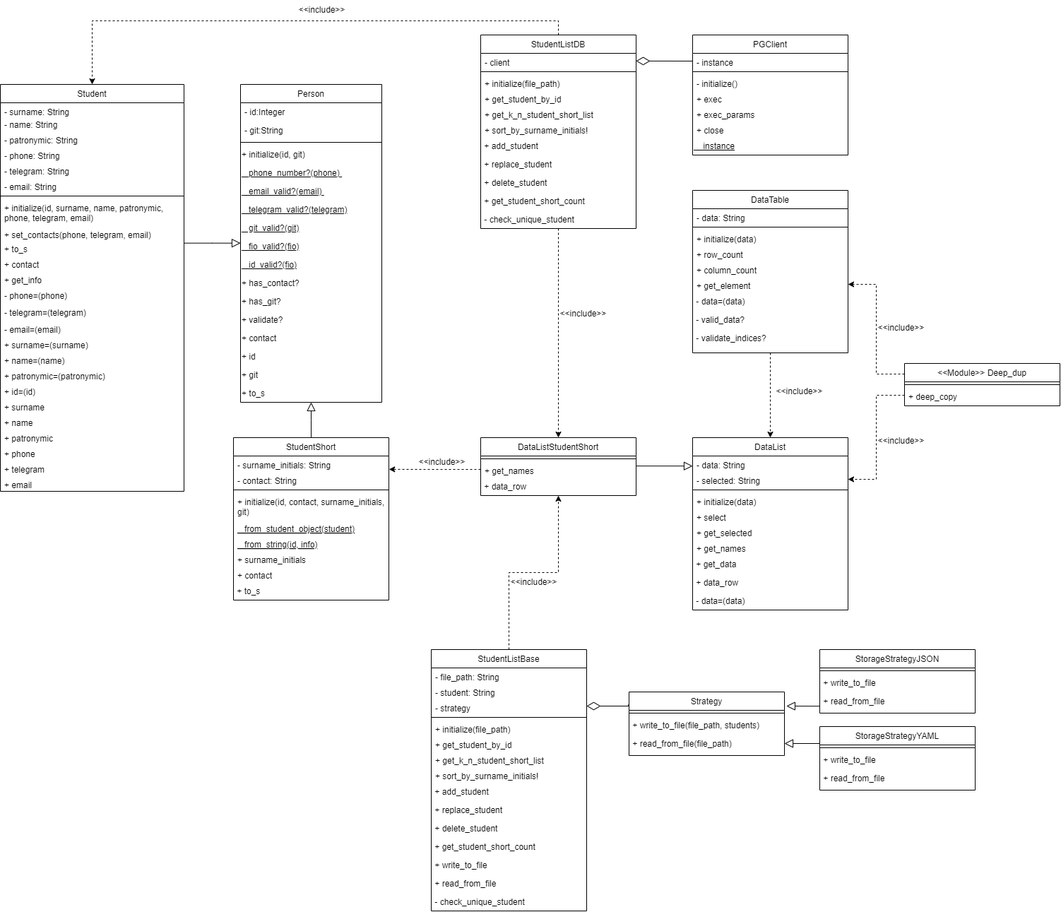
Above: student/resources/diagram/class_diagram.drawio.png in MoiBeTeroK/design_patterns (draw.io), before the change. Source tidied: cells renumbered, new cells last; positions are measured from the earlier drawing's top-left corner, leaving out a move shared by most shapes.
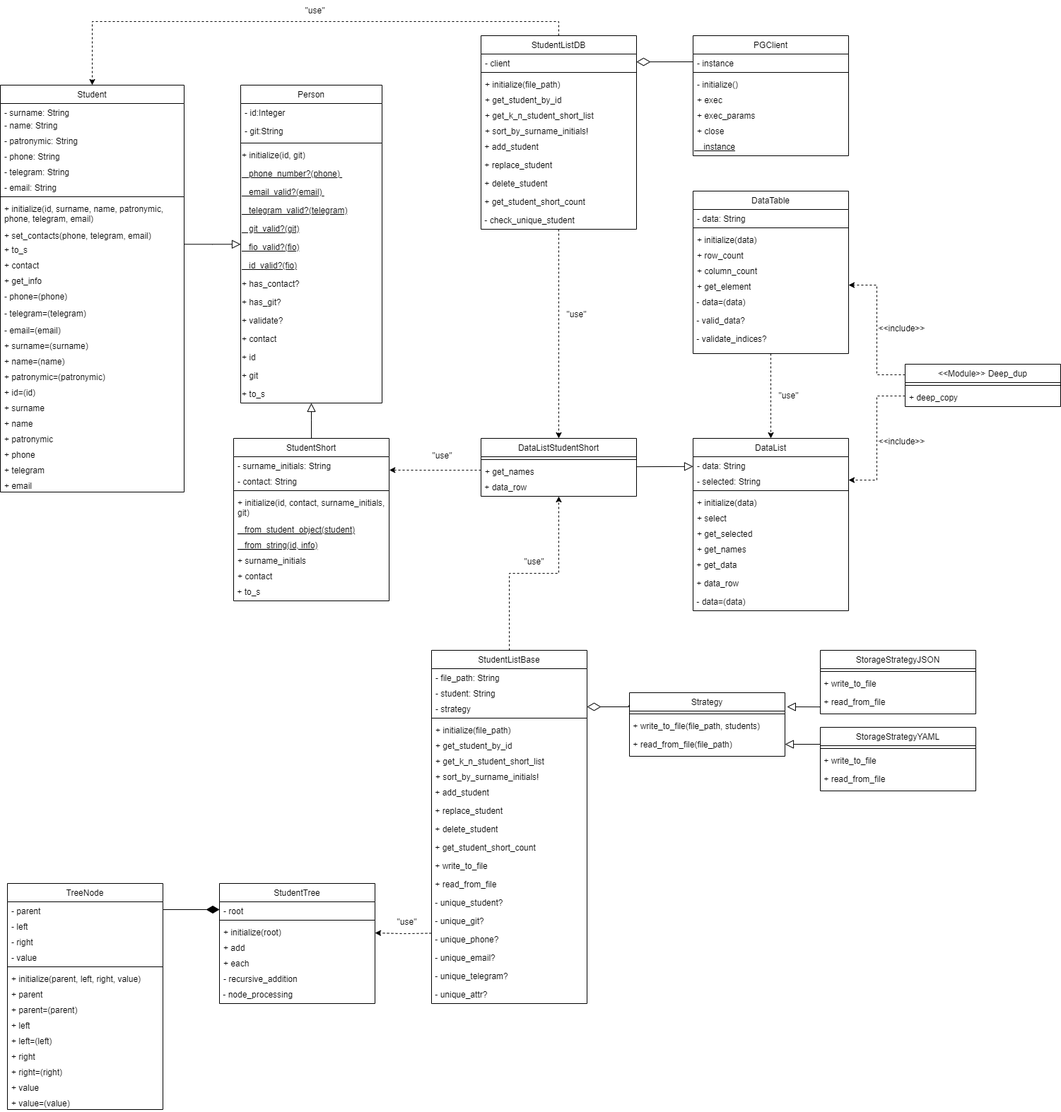
Above is the later version.

Commit message:
refactor(lab4): change class diagram and improve validation methods

The edit, as a diff of the source:
```diff
@@ -185,9 +185,6 @@
     <mxCell id="62" style="edgeStyle=orthogonalEdgeStyle;rounded=0;jettySize=auto;html=1;exitX=0;exitY=0.5;exitDx=0;exitDy=0;entryX=1.001;entryY=0.858;entryDx=0;entryDy=0;entryPerimeter=0;dashed=1;" parent="1" edge="1" source="60" target="48">
       <mxGeometry relative="1" as="geometry" />
     </mxCell>
-    <mxCell id="63" value="&amp;lt;&amp;lt;include&amp;gt;&amp;gt;" style="text;html=1;align=center;verticalAlign=middle;strokeColor=none;fillColor=none;" parent="1" vertex="1">
-      <mxGeometry x="580" y="640" width="90" height="30" as="geometry" />
-    </mxCell>
     <mxCell id="64" value="DataList" style="swimlane;fontStyle=0;align=center;verticalAlign=top;horizontal=1;startSize=26;rounded=0;shadow=0;strokeWidth=1;" parent="1" vertex="1">
       <mxGeometry x="980" y="620" width="220" height="244" as="geometry" />
     </mxCell>
@@ -260,9 +257,6 @@
     <mxCell id="86" style="edgeStyle=orthogonalEdgeStyle;rounded=0;jettySize=auto;html=1;exitX=0.5;exitY=1;exitDx=0;exitDy=0;entryX=0.5;entryY=0;entryDx=0;entryDy=0;dashed=1;" parent="1" edge="1" source="76" target="64">
       <mxGeometry relative="1" as="geometry" />
     </mxCell>
-    <mxCell id="87" value="&amp;lt;&amp;lt;include&amp;gt;&amp;gt;" style="text;html=1;align=center;verticalAlign=middle;strokeColor=none;fillColor=none;" parent="1" vertex="1">
-      <mxGeometry x="1086" y="540" width="90" height="30" as="geometry" />
-    </mxCell>
     <mxCell id="88" value="&lt;&lt;Module&gt;&gt; Deep_dup" style="swimlane;fontStyle=0;align=center;verticalAlign=top;horizontal=1;startSize=26;rounded=0;shadow=0;strokeWidth=1;" parent="1" vertex="1">
       <mxGeometry x="1280" y="515" width="220" height="60" as="geometry" />
     </mxCell>
@@ -285,7 +279,7 @@
       <mxGeometry x="1230" y="610" width="90" height="30" as="geometry" />
     </mxCell>
     <mxCell id="95" value="StudentListBase" style="swimlane;fontStyle=0;align=center;verticalAlign=top;horizontal=1;startSize=26;rounded=0;shadow=0;strokeWidth=1;" parent="1" vertex="1">
-      <mxGeometry x="610" y="920" width="220" height="370" as="geometry" />
+      <mxGeometry x="610" y="920" width="220" height="500" as="geometry" />
     </mxCell>
     <mxCell id="96" value="- file_path: String" style="text;align=left;verticalAlign=top;spacingLeft=4;spacingRight=4;overflow=hidden;" parent="95" vertex="1">
       <mxGeometry y="26" width="220" height="22" as="geometry" />
@@ -329,9 +323,24 @@
     <mxCell id="109" value=" + read_from_file" style="text;whiteSpace=wrap;" parent="95" vertex="1">
       <mxGeometry y="318" width="220" height="26" as="geometry" />
     </mxCell>
-    <mxCell id="110" value=" - check_unique_student" style="text;whiteSpace=wrap;" parent="95" vertex="1">
+    <mxCell id="110" value=" - unique_student?" style="text;whiteSpace=wrap;" parent="95" vertex="1">
       <mxGeometry y="344" width="220" height="26" as="geometry" />
     </mxCell>
+    <mxCell id="153" value=" - unique_git?" style="text;whiteSpace=wrap;" parent="95" vertex="1">
+      <mxGeometry y="370" width="220" height="26" as="geometry" />
+    </mxCell>
+    <mxCell id="154" value=" - unique_phone?" style="text;whiteSpace=wrap;" parent="95" vertex="1">
+      <mxGeometry y="396" width="220" height="26" as="geometry" />
+    </mxCell>
+    <mxCell id="155" value=" - unique_email?" style="text;whiteSpace=wrap;" parent="95" vertex="1">
+      <mxGeometry y="422" width="220" height="26" as="geometry" />
+    </mxCell>
+    <mxCell id="156" value=" - unique_telegram?" style="text;whiteSpace=wrap;" parent="95" vertex="1">
+      <mxGeometry y="448" width="220" height="26" as="geometry" />
+    </mxCell>
+    <mxCell id="157" value=" - unique_attr?" style="text;whiteSpace=wrap;" parent="95" vertex="1">
+      <mxGeometry y="474" width="220" height="26" as="geometry" />
+    </mxCell>
     <mxCell id="111" value="StorageStrategyJSON" style="swimlane;fontStyle=0;align=center;verticalAlign=top;horizontal=1;startSize=26;rounded=0;shadow=0;strokeWidth=1;" parent="1" vertex="1">
       <mxGeometry x="1160" y="920" width="220" height="90" as="geometry" />
     </mxCell>
@@ -375,9 +384,6 @@
     <mxCell id="121" style="edgeStyle=orthogonalEdgeStyle;rounded=0;jettySize=auto;html=1;exitX=0.5;exitY=0;exitDx=0;exitDy=0;entryX=0.5;entryY=1;entryDx=0;entryDy=0;dashed=1;" parent="1" edge="1" source="95" target="61">
       <mxGeometry relative="1" as="geometry" />
     </mxCell>
-    <mxCell id="122" value="&amp;lt;&amp;lt;include&amp;gt;&amp;gt;" style="text;html=1;align=center;verticalAlign=middle;strokeColor=none;fillColor=none;" parent="1" vertex="1">
-      <mxGeometry x="710" y="810" width="90" height="30" as="geometry" />
-    </mxCell>
     <mxCell id="123" value="Strategy" style="swimlane;fontStyle=0;align=center;verticalAlign=top;horizontal=1;startSize=26;rounded=0;shadow=0;strokeWidth=1;" parent="1" vertex="1">
       <mxGeometry x="890" y="980" width="220" height="90" as="geometry" />
     </mxCell>
@@ -464,14 +470,104 @@
     <mxCell id="149" style="edgeStyle=orthogonalEdgeStyle;rounded=0;jettySize=auto;html=1;entryX=0.5;entryY=0;entryDx=0;entryDy=0;dashed=1;exitX=0.5;exitY=1;exitDx=0;exitDy=0;" parent="1" edge="1" source="147" target="58">
       <mxGeometry relative="1" as="geometry" />
     </mxCell>
-    <mxCell id="150" value="&amp;lt;&amp;lt;include&amp;gt;&amp;gt;" style="text;html=1;align=center;verticalAlign=middle;strokeColor=none;fillColor=none;" parent="1" vertex="1">
-      <mxGeometry x="780" y="430" width="90" height="30" as="geometry" />
+    <mxCell id="150" value="&quot;use&quot;" style="text;html=1;align=center;verticalAlign=middle;strokeColor=none;fillColor=none;" parent="1" vertex="1">
+      <mxGeometry x="790" y="430" width="50" height="30" as="geometry" />
     </mxCell>
     <mxCell id="151" style="edgeStyle=orthogonalEdgeStyle;rounded=0;jettySize=auto;html=1;exitX=0.5;exitY=0;exitDx=0;exitDy=0;dashed=1;entryX=0.5;entryY=0;entryDx=0;entryDy=0;" parent="1" edge="1" source="136" target="20">
       <mxGeometry relative="1" as="geometry" />
     </mxCell>
-    <mxCell id="152" value="&amp;lt;&amp;lt;include&amp;gt;&amp;gt;" style="text;html=1;align=center;verticalAlign=middle;strokeColor=none;fillColor=none;" parent="1" vertex="1">
-      <mxGeometry x="410" width="90" height="30" as="geometry" />
-    </mxCell>
+    <mxCell id="158" value="&quot;use&quot;" style="text;html=1;align=center;verticalAlign=middle;strokeColor=none;fillColor=none;" parent="1" vertex="1">
+      <mxGeometry x="600" y="630" width="50" height="30" as="geometry" />
+    </mxCell>
+    <mxCell id="159" value="&quot;use&quot;" style="text;html=1;align=center;verticalAlign=middle;strokeColor=none;fillColor=none;" parent="1" vertex="1">
+      <mxGeometry x="730" y="780" width="50" height="30" as="geometry" />
+    </mxCell>
+    <mxCell id="160" value="&quot;use&quot;" style="text;html=1;align=center;verticalAlign=middle;strokeColor=none;fillColor=none;" parent="1" vertex="1">
+      <mxGeometry x="1090" y="545" width="50" height="30" as="geometry" />
+    </mxCell>
+    <mxCell id="161" value="&quot;use&quot;" style="text;html=1;align=center;verticalAlign=middle;strokeColor=none;fillColor=none;" parent="1" vertex="1">
+      <mxGeometry x="420" width="50" height="30" as="geometry" />
+    </mxCell>
+    <mxCell id="162" value="StudentTree" style="swimlane;fontStyle=0;align=center;verticalAlign=top;horizontal=1;startSize=26;rounded=0;shadow=0;strokeWidth=1;" parent="1" vertex="1">
+      <mxGeometry x="310" y="1250" width="220" height="170" as="geometry" />
+    </mxCell>
+    <mxCell id="163" value="- root" style="text;align=left;verticalAlign=top;spacingLeft=4;spacingRight=4;overflow=hidden;points=[[0,0.5],[1,0.5]];portConstraint=eastwest;" parent="162" vertex="1">
+      <mxGeometry y="26" width="220" height="22" as="geometry" />
+    </mxCell>
+    <mxCell id="164" style="line;html=1;strokeWidth=1;align=left;verticalAlign=middle;spacingTop=-1;spacingLeft=3;spacingRight=3;labelPosition=right;" parent="162" vertex="1">
+      <mxGeometry y="48" width="220" height="8" as="geometry" />
+    </mxCell>
+    <mxCell id="165" value="+ initialize(root)  " style="text;align=left;verticalAlign=top;spacingLeft=4;spacingRight=4;overflow=hidden;" parent="162" vertex="1">
+      <mxGeometry y="56" width="220" height="22" as="geometry" />
+    </mxCell>
+    <mxCell id="166" value="+ add" style="text;align=left;verticalAlign=top;spacingLeft=4;spacingRight=4;overflow=hidden;fontStyle=0;" parent="162" vertex="1">
+      <mxGeometry y="78" width="220" height="22" as="geometry" />
+    </mxCell>
+    <mxCell id="167" value="+ each" style="text;align=left;verticalAlign=top;spacingLeft=4;spacingRight=4;overflow=hidden;" parent="162" vertex="1">
+      <mxGeometry y="100" width="220" height="22" as="geometry" />
+    </mxCell>
+    <mxCell id="168" value="- recursive_addition" style="text;align=left;verticalAlign=top;spacingLeft=4;spacingRight=4;overflow=hidden;" parent="162" vertex="1">
+      <mxGeometry y="122" width="220" height="22" as="geometry" />
+    </mxCell>
+    <mxCell id="169" value=" - node_processing" style="text;whiteSpace=wrap;" parent="162" vertex="1">
+      <mxGeometry y="144" width="220" height="26" as="geometry" />
+    </mxCell>
+    <mxCell id="170" value="TreeNode" style="swimlane;fontStyle=0;align=center;verticalAlign=top;horizontal=1;startSize=26;rounded=0;shadow=0;strokeWidth=1;" parent="1" vertex="1">
+      <mxGeometry x="10" y="1250" width="220" height="320" as="geometry" />
+    </mxCell>
+    <mxCell id="171" value="- parent" style="text;align=left;verticalAlign=top;spacingLeft=4;spacingRight=4;overflow=hidden;points=[[0,0.5],[1,0.5]];portConstraint=eastwest;" parent="170" vertex="1">
+      <mxGeometry y="26" width="220" height="22" as="geometry" />
+    </mxCell>
+    <mxCell id="172" value="- left" style="text;align=left;verticalAlign=top;spacingLeft=4;spacingRight=4;overflow=hidden;" parent="170" vertex="1">
+      <mxGeometry y="48" width="220" height="22" as="geometry" />
+    </mxCell>
+    <mxCell id="173" value="- right" style="text;align=left;verticalAlign=top;spacingLeft=4;spacingRight=4;overflow=hidden;" parent="170" vertex="1">
+      <mxGeometry y="70" width="220" height="22" as="geometry" />
+    </mxCell>
+    <mxCell id="174" value="- value" style="text;align=left;verticalAlign=top;spacingLeft=4;spacingRight=4;overflow=hidden;" parent="170" vertex="1">
+      <mxGeometry y="92" width="220" height="22" as="geometry" />
+    </mxCell>
+    <mxCell id="175" style="line;html=1;strokeWidth=1;align=left;verticalAlign=middle;spacingTop=-1;spacingLeft=3;spacingRight=3;labelPosition=right;" parent="170" vertex="1">
+      <mxGeometry y="114" width="220" height="8" as="geometry" />
+    </mxCell>
+    <mxCell id="176" value="+ initialize(parent, left, right, value)  " style="text;align=left;verticalAlign=top;spacingLeft=4;spacingRight=4;overflow=hidden;" parent="170" vertex="1">
+      <mxGeometry y="122" width="220" height="22" as="geometry" />
+    </mxCell>
+    <mxCell id="177" value="+ parent" style="text;align=left;verticalAlign=top;spacingLeft=4;spacingRight=4;overflow=hidden;" parent="170" vertex="1">
+      <mxGeometry y="144" width="220" height="22" as="geometry" />
+    </mxCell>
+    <mxCell id="178" value="+ parent=(parent)" style="text;align=left;verticalAlign=top;spacingLeft=4;spacingRight=4;overflow=hidden;" parent="170" vertex="1">
+      <mxGeometry y="166" width="220" height="22" as="geometry" />
+    </mxCell>
+    <mxCell id="179" value="+ left" style="text;align=left;verticalAlign=top;spacingLeft=4;spacingRight=4;overflow=hidden;" parent="170" vertex="1">
+      <mxGeometry y="188" width="220" height="22" as="geometry" />
+    </mxCell>
+    <mxCell id="180" value="+ left=(left)" style="text;align=left;verticalAlign=top;spacingLeft=4;spacingRight=4;overflow=hidden;" parent="170" vertex="1">
+      <mxGeometry y="210" width="220" height="22" as="geometry" />
+    </mxCell>
+    <mxCell id="181" value="+ right" style="text;align=left;verticalAlign=top;spacingLeft=4;spacingRight=4;overflow=hidden;" parent="170" vertex="1">
+      <mxGeometry y="232" width="220" height="22" as="geometry" />
+    </mxCell>
+    <mxCell id="182" value="+ right=(right)" style="text;align=left;verticalAlign=top;spacingLeft=4;spacingRight=4;overflow=hidden;" parent="170" vertex="1">
+      <mxGeometry y="254" width="220" height="22" as="geometry" />
+    </mxCell>
+    <mxCell id="183" value="+ value" style="text;align=left;verticalAlign=top;spacingLeft=4;spacingRight=4;overflow=hidden;" parent="170" vertex="1">
+      <mxGeometry y="276" width="220" height="22" as="geometry" />
+    </mxCell>
+    <mxCell id="184" value="+ value=(value)" style="text;align=left;verticalAlign=top;spacingLeft=4;spacingRight=4;overflow=hidden;" parent="170" vertex="1">
+      <mxGeometry y="298" width="220" height="22" as="geometry" />
+    </mxCell>
+    <mxCell id="185" style="edgeStyle=orthogonalEdgeStyle;rounded=0;orthogonalLoop=1;jettySize=auto;html=1;exitX=0;exitY=0.5;exitDx=0;exitDy=0;dashed=1;" parent="1" edge="1">
+      <mxGeometry relative="1" as="geometry">
+        <mxPoint x="610" y="1320.5" as="sourcePoint" />
+        <mxPoint x="530" y="1320" as="targetPoint" />
+      </mxGeometry>
+    </mxCell>
+    <mxCell id="186" value="&quot;use&quot;" style="text;html=1;align=center;verticalAlign=middle;strokeColor=none;fillColor=none;" parent="1" vertex="1">
+      <mxGeometry x="550" y="1290" width="50" height="30" as="geometry" />
+    </mxCell>
+    <mxCell id="187" style="endArrow=diamondThin;html=1;rounded=0;exitX=1;exitY=0.5;exitDx=0;exitDy=0;entryX=0;entryY=0.5;entryDx=0;entryDy=0;endFill=1;endSize=16;" parent="1" edge="1" source="171" target="163">
+      <mxGeometry relative="1" as="geometry" />
+    </mxCell>
   </root>
 </mxGraphModel>
```
